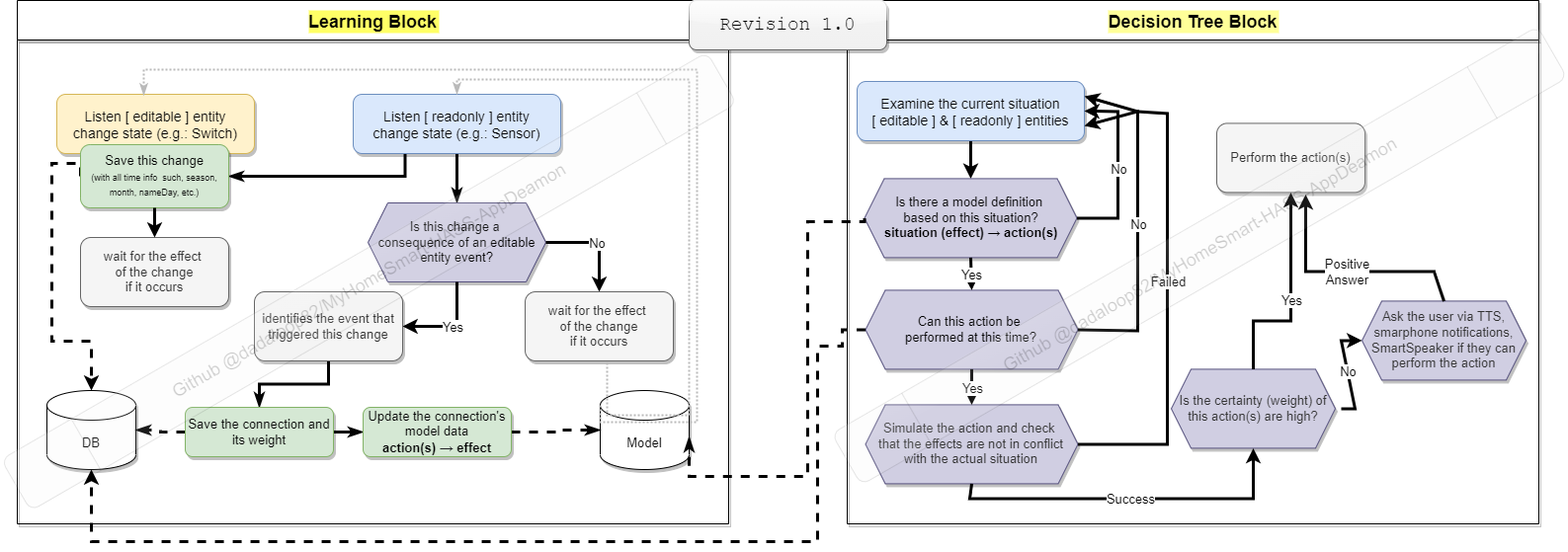
This is images/MyHomeSmart-concept-learningBlock_v1.drawio.png from dadaloop82/MyHomeSmart-HASS-AppDeamon, a draw.io export, as it was before one commit. Source tidied: cells renumbered, new cells last; positions are measured from the earlier drawing's top-left corner, leaving out a move shared by most shapes.
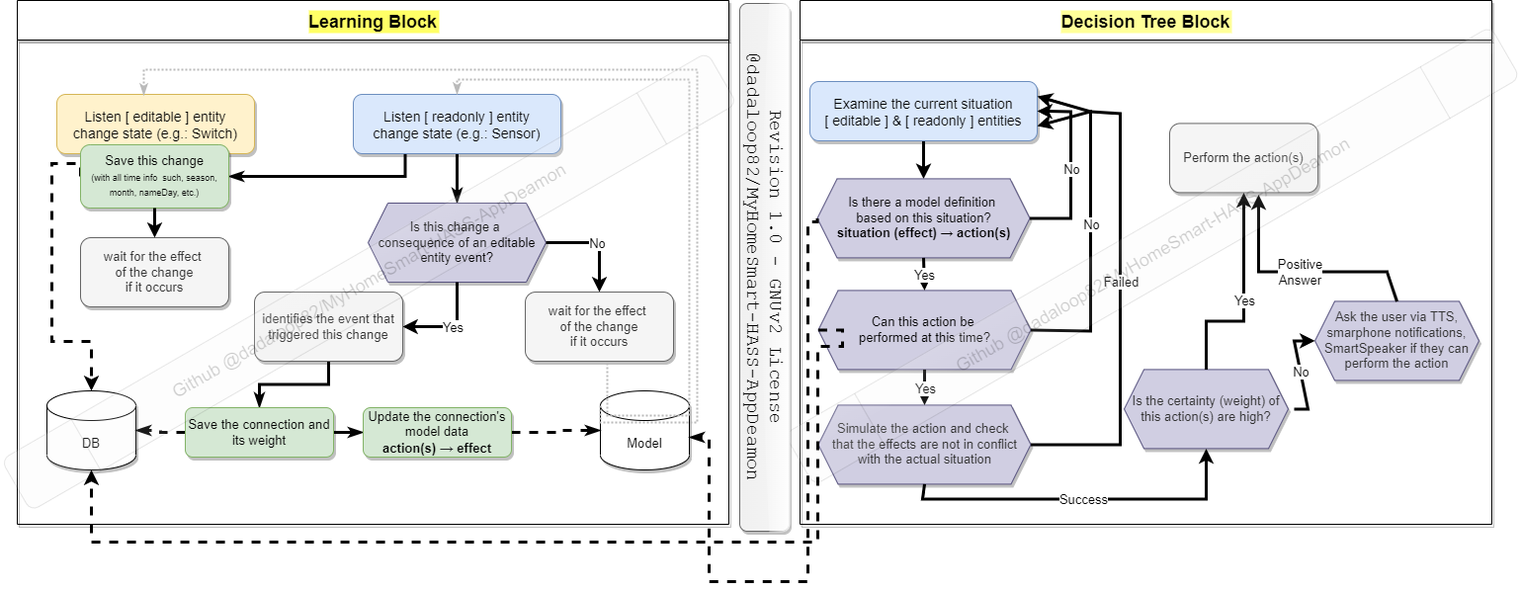
The same file after the commit.

Commit message:
readme diagrams history

The edit, as a diff of the source:
```diff
@@ -113,7 +113,7 @@
       </mxGeometry>
     </mxCell>
     <mxCell id="29" value="Decision Tree Block" style="swimlane;shadow=1;fontSize=18;gradientColor=none;labelBackgroundColor=#FFFF99;startSize=40;" parent="1" vertex="1">
-      <mxGeometry x="897" width="700" height="530" as="geometry" />
+      <mxGeometry x="849" width="700" height="530" as="geometry" />
     </mxCell>
     <mxCell id="30" style="edgeStyle=orthogonalEdgeStyle;rounded=0;jettySize=auto;html=1;fontSize=18;strokeWidth=3;" parent="29" edge="1" source="31" target="32">
       <mxGeometry relative="1" as="geometry" />
@@ -241,8 +241,11 @@
     <mxCell id="58" style="edgeStyle=orthogonalEdgeStyle;rounded=0;jettySize=auto;html=1;startArrow=none;startFill=0;endArrow=classicThin;endFill=1;strokeColor=#030303;strokeWidth=3;dashed=1;exitX=0;exitY=0.5;exitDx=0;exitDy=0;entryX=1;entryY=0.588;entryDx=0;entryDy=0;entryPerimeter=0;" parent="1" edge="1" source="32" target="21">
       <mxGeometry relative="1" as="geometry">
         <Array as="points">
+          <mxPoint x="867" y="224" />
           <mxPoint x="857" y="224" />
-          <mxPoint x="857" y="482" />
+          <mxPoint x="857" y="588" />
+          <mxPoint x="757" y="588" />
+          <mxPoint x="757" y="442" />
         </Array>
       </mxGeometry>
     </mxCell>
@@ -257,8 +260,8 @@
         </Array>
       </mxGeometry>
     </mxCell>
-    <mxCell id="60" value="&lt;font style=&quot;font-size: 19px&quot; face=&quot;Courier New&quot;&gt;Revision 1.0&lt;/font&gt;" style="text;html=1;align=center;verticalAlign=middle;whiteSpace=wrap;rounded=1;fontSize=14;fillColor=#f5f5f5;gradientColor=#F0F0F0;strokeColor=#666666;glass=1;shadow=1;sketch=0;" parent="1" vertex="1">
-      <mxGeometry x="737" width="200" height="50" as="geometry" />
+    <mxCell id="60" value="&lt;font style=&quot;font-size: 19px&quot; face=&quot;Courier New&quot;&gt;Revision 1.0 - GNUv2 License&lt;br&gt;&lt;/font&gt;&lt;font face=&quot;Courier New&quot;&gt;&lt;span style=&quot;font-size: 19px&quot;&gt;@dadaloop82/MyHomeSmart-HASS-AppDeamon&lt;/span&gt;&lt;/font&gt;" style="text;html=1;align=center;verticalAlign=middle;whiteSpace=wrap;rounded=1;fontSize=14;fillColor=#f5f5f5;gradientColor=#F0F0F0;strokeColor=#666666;glass=1;shadow=1;sketch=0;rotation=90;" parent="1" vertex="1">
+      <mxGeometry x="546" y="245" width="534" height="50" as="geometry" />
     </mxCell>
   </root>
 </mxGraphModel>
```
